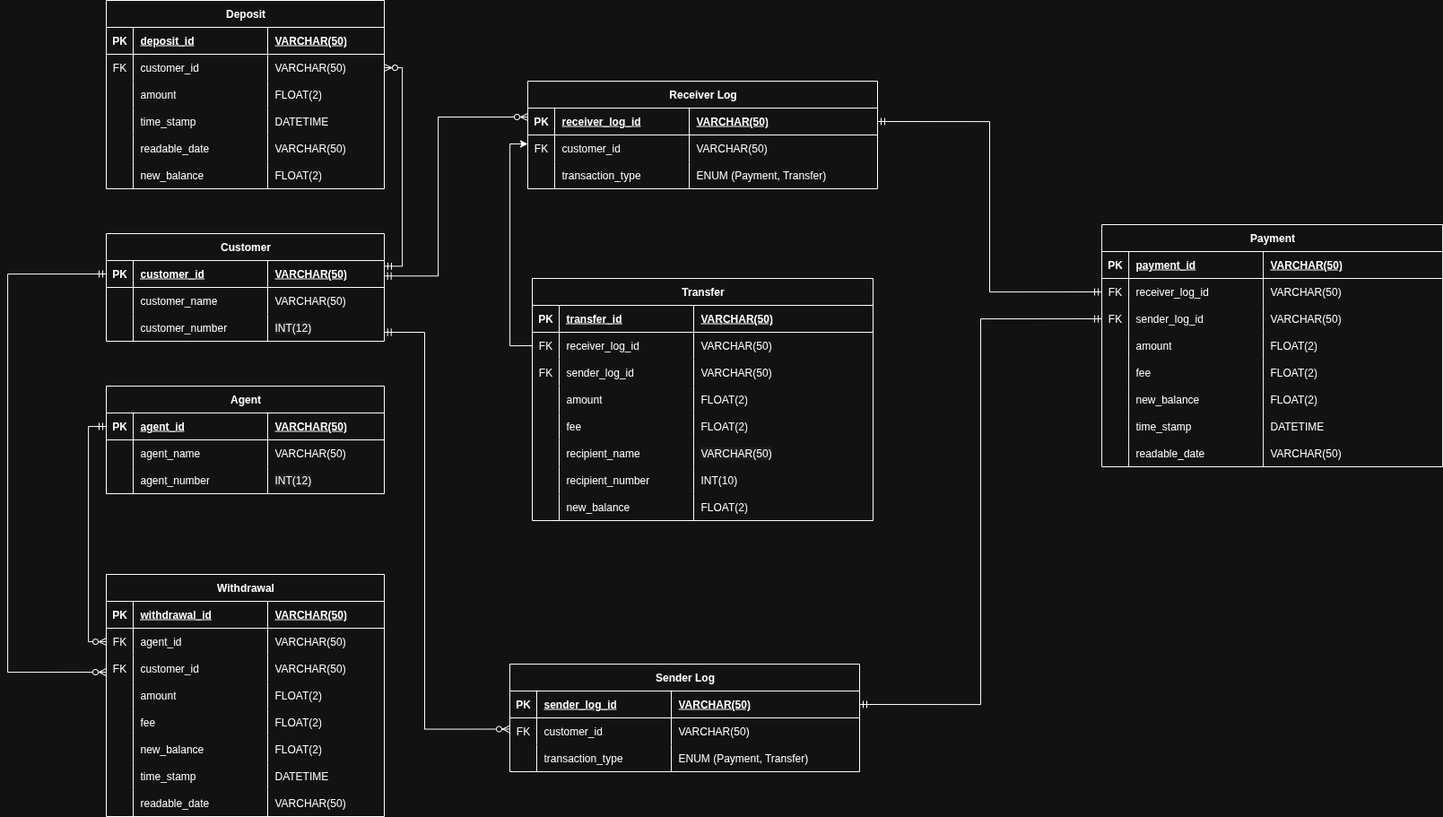
Above: docs/momo_analysis_erd.drawio.png in chameja/momo-analysis (draw.io), before the change. Source tidied: cells renumbered, new cells last; positions are measured from the earlier drawing's top-left corner, leaving out a move shared by most shapes.
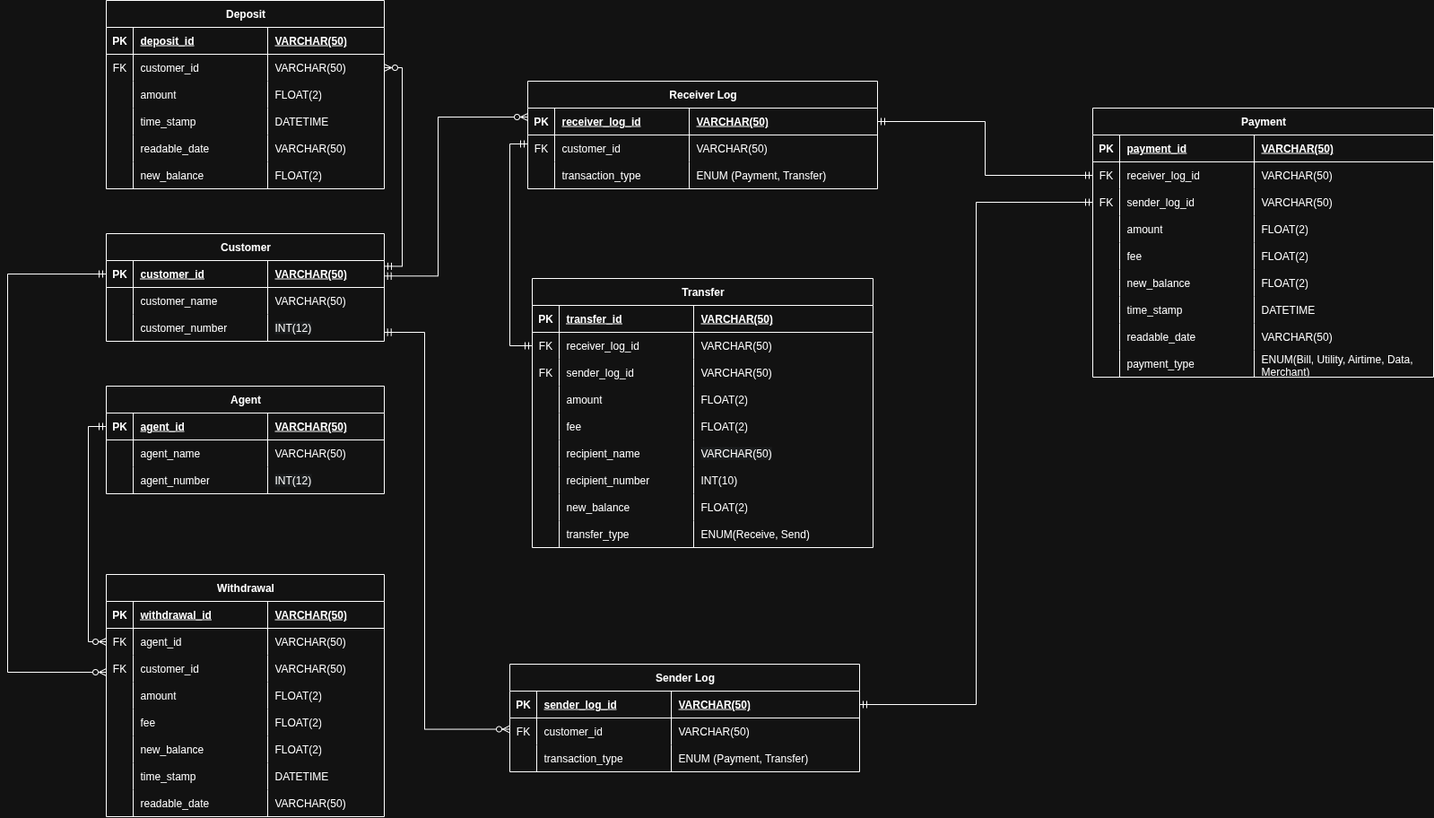
Later version of the same file.

Diff of the diagram source:
```diff
@@ -42,7 +42,7 @@
       <mxGeometry x="180" width="130" height="30" as="geometry" />
     </mxCell>
     <mxCell id="15" value="Payment" style="shape=table;startSize=30;rowLines=0;fontStyle=1;align=center;html=1;" parent="1" vertex="1">
-      <mxGeometry x="1220.1" y="250" width="380" height="270" as="geometry" />
+      <mxGeometry x="1210" y="120" width="380" height="300" as="geometry" />
     </mxCell>
     <mxCell id="16" style="shape=tableRow;horizontal=0;startSize=0;swimlaneHead=0;swimlaneBody=0;fillColor=none;top=0;left=0;right=0;bottom=1;" parent="15" vertex="1">
       <mxGeometry y="30" width="380" height="30" as="geometry" />
@@ -140,8 +140,20 @@
     <mxCell id="47" value="VARCHAR(50)" style="shape=partialRectangle;fillColor=none;top=0;left=0;bottom=0;right=0;align=left;spacingLeft=6;overflow=hidden;whiteSpace=wrap;html=1;" parent="44" vertex="1">
       <mxGeometry x="180" width="200" height="30" as="geometry" />
     </mxCell>
+    <mxCell id="186" style="shape=tableRow;horizontal=0;startSize=0;swimlaneHead=0;swimlaneBody=0;fillColor=none;top=0;left=0;right=0;bottom=0;" parent="15" vertex="1">
+      <mxGeometry y="270" width="380" height="30" as="geometry" />
+    </mxCell>
+    <mxCell id="187" style="shape=partialRectangle;fillColor=none;top=0;left=0;bottom=0;right=0;overflow=hidden;whiteSpace=wrap;html=1;" parent="186" vertex="1">
+      <mxGeometry width="30" height="30" as="geometry" />
+    </mxCell>
+    <mxCell id="188" value="payment_type" style="shape=partialRectangle;fillColor=none;top=0;left=0;bottom=0;right=0;align=left;spacingLeft=6;overflow=hidden;whiteSpace=wrap;html=1;" parent="186" vertex="1">
+      <mxGeometry x="30" width="150" height="30" as="geometry" />
+    </mxCell>
+    <mxCell id="189" value="ENUM(Bill, Utility, Airtime, Data, Merchant)" style="shape=partialRectangle;fillColor=none;top=0;left=0;bottom=0;right=0;align=left;spacingLeft=6;overflow=hidden;whiteSpace=wrap;html=1;" parent="186" vertex="1">
+      <mxGeometry x="180" width="200" height="30" as="geometry" />
+    </mxCell>
     <mxCell id="48" value="Transfer" style="shape=table;startSize=30;rowLines=0;fontStyle=1;align=center;html=1;" parent="1" vertex="1">
-      <mxGeometry x="585" y="310" width="380" height="270" as="geometry" />
+      <mxGeometry x="585" y="310" width="380" height="300" as="geometry" />
     </mxCell>
     <mxCell id="49" style="shape=tableRow;horizontal=0;startSize=0;swimlaneHead=0;swimlaneBody=0;fillColor=none;top=0;left=0;right=0;bottom=1;" parent="48" vertex="1">
       <mxGeometry y="30" width="380" height="30" as="geometry" />
@@ -239,6 +251,18 @@
     <mxCell id="80" value="FLOAT(2)" style="shape=partialRectangle;fillColor=none;top=0;left=0;bottom=0;right=0;align=left;spacingLeft=6;overflow=hidden;whiteSpace=wrap;html=1;" parent="77" vertex="1">
       <mxGeometry x="180" width="200" height="30" as="geometry" />
     </mxCell>
+    <mxCell id="190" style="shape=tableRow;horizontal=0;startSize=0;swimlaneHead=0;swimlaneBody=0;fillColor=none;top=0;left=0;right=0;bottom=0;" parent="48" vertex="1">
+      <mxGeometry y="270" width="380" height="30" as="geometry" />
+    </mxCell>
+    <mxCell id="191" style="shape=partialRectangle;fillColor=none;top=0;left=0;bottom=0;right=0;overflow=hidden;whiteSpace=wrap;html=1;" parent="190" vertex="1">
+      <mxGeometry width="30" height="30" as="geometry" />
+    </mxCell>
+    <mxCell id="192" value="transfer_type" style="shape=partialRectangle;fillColor=none;top=0;left=0;bottom=0;right=0;align=left;spacingLeft=6;overflow=hidden;whiteSpace=wrap;html=1;" parent="190" vertex="1">
+      <mxGeometry x="30" width="150" height="30" as="geometry" />
+    </mxCell>
+    <mxCell id="193" value="ENUM(Receive, Send)" style="shape=partialRectangle;fillColor=none;top=0;left=0;bottom=0;right=0;align=left;spacingLeft=6;overflow=hidden;whiteSpace=wrap;html=1;" parent="190" vertex="1">
+      <mxGeometry x="180" width="200" height="30" as="geometry" />
+    </mxCell>
     <mxCell id="81" value="Deposit" style="shape=table;startSize=30;rowLines=0;fontStyle=1;align=center;html=1;" parent="1" vertex="1">
       <mxGeometry x="110" width="310" height="210" as="geometry" />
     </mxCell>
@@ -567,7 +591,7 @@
     <mxCell id="184" style="edgeStyle=orthogonalEdgeStyle;rounded=0;jettySize=auto;html=1;exitX=0;exitY=0.5;exitDx=0;exitDy=0;entryX=1;entryY=0.5;entryDx=0;entryDy=0;endArrow=ERmandOne;endFill=0;startArrow=ERmandOne;startFill=0;" parent="1" edge="1" source="20" target="170">
       <mxGeometry relative="1" as="geometry" />
     </mxCell>
-    <mxCell id="185" style="edgeStyle=orthogonalEdgeStyle;rounded=0;jettySize=auto;html=1;exitX=0;exitY=0.5;exitDx=0;exitDy=0;entryX=0;entryY=0.333;entryDx=0;entryDy=0;entryPerimeter=0;" parent="1" edge="1" source="53" target="174">
+    <mxCell id="185" style="edgeStyle=orthogonalEdgeStyle;rounded=0;jettySize=auto;html=1;exitX=0;exitY=0.5;exitDx=0;exitDy=0;entryX=0;entryY=0.333;entryDx=0;entryDy=0;entryPerimeter=0;endArrow=ERmandOne;endFill=0;startArrow=ERmandOne;startFill=0;" parent="1" edge="1" source="53" target="174">
       <mxGeometry relative="1" as="geometry" />
     </mxCell>
   </root>
```
